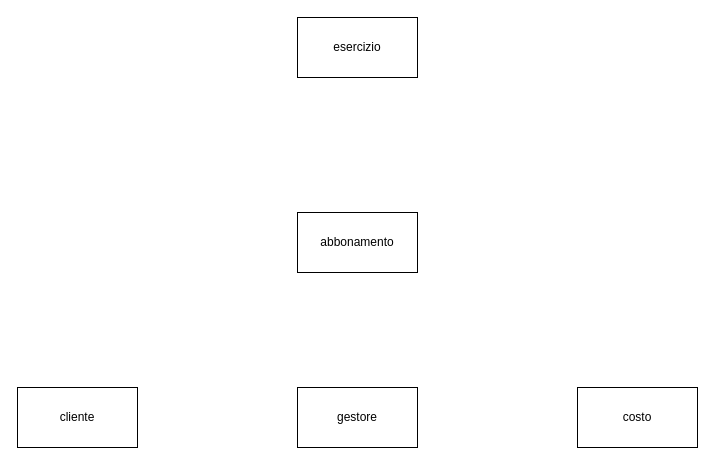
CrisafulliPasquale/crisaFit keeps this draw.io diagram as er.drawio. Above is the earlier version. Source tidied: cells renumbered, new cells numbered last; positions are measured from the earlier drawing's top-left corner, leaving out a move shared by most shapes. Both pictures are drawn from the tidied source at 100%, with x=0, y=0 at pixel (17, 17).
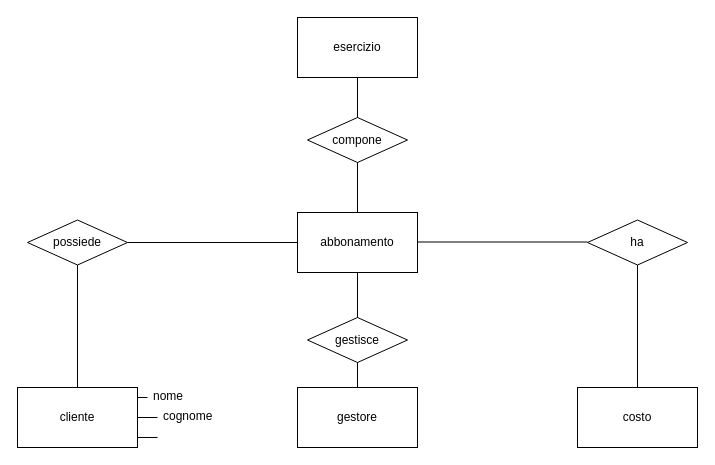
The same page after the edit.

The change refers to these unchanged cells:
```xml
<mxCell id="2" style="rounded=0;whiteSpace=wrap;html=1;fontFamily=Verdana;" parent="1" vertex="1">
  <mxGeometry x="280" y="195" width="120" height="60" as="geometry" />
</mxCell>
<mxCell id="4" style="rounded=0;whiteSpace=wrap;html=1;fontFamily=Verdana;" parent="1" vertex="1">
  <mxGeometry x="280" width="120" height="60" as="geometry" />
</mxCell>
<mxCell id="6" style="rounded=0;whiteSpace=wrap;html=1;fontFamily=Verdana;" parent="1" vertex="1">
  <mxGeometry x="280" y="370" width="120" height="60" as="geometry" />
</mxCell>
<mxCell id="10" style="rounded=0;whiteSpace=wrap;html=1;" parent="1" vertex="1">
  <mxGeometry x="560" y="370" width="120" height="60" as="geometry" />
</mxCell>
```

Diff of the diagram source:
```diff
@@
+    <mxCell id="12" style="rhombus;whiteSpace=wrap;html=1;" parent="1" vertex="1">
+      <mxGeometry x="10" y="202.5" width="100" height="45" as="geometry" />
+    </mxCell>
+    <mxCell id="13" style="rhombus;whiteSpace=wrap;html=1;" parent="1" vertex="1">
+      <mxGeometry x="570" y="202.5" width="100" height="45" as="geometry" />
+    </mxCell>
+    <mxCell id="14" style="rhombus;whiteSpace=wrap;html=1;" parent="1" vertex="1">
+      <mxGeometry x="290" y="100" width="100" height="45" as="geometry" />
+    </mxCell>
+    <mxCell id="15" style="rhombus;whiteSpace=wrap;html=1;" parent="1" vertex="1">
+      <mxGeometry x="290" y="300" width="100" height="45" as="geometry" />
+    </mxCell>
+    <mxCell id="16" style="endArrow=none;html=1;rounded=0;exitX=0.5;exitY=0;exitDx=0;exitDy=0;entryX=0.5;entryY=1;entryDx=0;entryDy=0;" parent="1" edge="1">
+      <mxGeometry relative="1" as="geometry">
+        <mxPoint x="60" y="370" as="sourcePoint" />
+        <mxPoint x="60" y="247.5" as="targetPoint" />
+      </mxGeometry>
+    </mxCell>
+    <mxCell id="17" style="endArrow=none;html=1;rounded=0;exitX=0.5;exitY=1;exitDx=0;exitDy=0;entryX=0.5;entryY=0;entryDx=0;entryDy=0;" parent="1" edge="1" source="14" target="2">
+      <mxGeometry relative="1" as="geometry" />
+    </mxCell>
+    <mxCell id="18" style="endArrow=none;html=1;rounded=0;exitX=1;exitY=0.5;exitDx=0;exitDy=0;entryX=0;entryY=0.5;entryDx=0;entryDy=0;" parent="1" edge="1" source="12" target="2">
+      <mxGeometry relative="1" as="geometry" />
+    </mxCell>
+    <mxCell id="19" style="endArrow=none;html=1;rounded=0;exitX=1;exitY=0.5;exitDx=0;exitDy=0;entryX=0;entryY=0.5;entryDx=0;entryDy=0;" parent="1" edge="1">
+      <mxGeometry relative="1" as="geometry">
+        <mxPoint x="400" y="224.5" as="sourcePoint" />
+        <mxPoint x="570" y="224.5" as="targetPoint" />
+      </mxGeometry>
+    </mxCell>
+    <mxCell id="20" style="endArrow=none;html=1;rounded=0;exitX=0.5;exitY=0;exitDx=0;exitDy=0;entryX=0.5;entryY=1;entryDx=0;entryDy=0;" parent="1" edge="1" source="6" target="15">
+      <mxGeometry relative="1" as="geometry" />
+    </mxCell>
+    <mxCell id="21" style="endArrow=none;html=1;rounded=0;entryX=0.5;entryY=1;entryDx=0;entryDy=0;exitX=0.5;exitY=0;exitDx=0;exitDy=0;" parent="1" edge="1" source="15" target="2">
+      <mxGeometry relative="1" as="geometry" />
+    </mxCell>
+    <mxCell id="22" style="endArrow=none;html=1;rounded=0;entryX=0.5;entryY=1;entryDx=0;entryDy=0;exitX=0.5;exitY=0;exitDx=0;exitDy=0;" parent="1" edge="1" source="10" target="13">
+      <mxGeometry relative="1" as="geometry" />
+    </mxCell>
+    <mxCell id="23" style="endArrow=none;html=1;rounded=0;entryX=0.5;entryY=1;entryDx=0;entryDy=0;exitX=0.5;exitY=0;exitDx=0;exitDy=0;" parent="1" edge="1" source="14" target="4">
+      <mxGeometry relative="1" as="geometry" />
+    </mxCell>
+    <mxCell id="24" value="possiede" style="text;strokeColor=none;align=center;fillColor=none;html=1;verticalAlign=middle;whiteSpace=wrap;rounded=0;" parent="1" vertex="1">
+      <mxGeometry x="30" y="210" width="60" height="30" as="geometry" />
+    </mxCell>
+    <mxCell id="25" value="gestisce" style="text;strokeColor=none;align=center;fillColor=none;html=1;verticalAlign=middle;whiteSpace=wrap;rounded=0;" parent="1" vertex="1">
+      <mxGeometry x="310" y="307.5" width="60" height="30" as="geometry" />
+    </mxCell>
+    <mxCell id="26" value="ha" style="text;strokeColor=none;align=center;fillColor=none;html=1;verticalAlign=middle;whiteSpace=wrap;rounded=0;" parent="1" vertex="1">
+      <mxGeometry x="590" y="210" width="60" height="30" as="geometry" />
+    </mxCell>
+    <mxCell id="27" value="compone" style="text;strokeColor=none;align=center;fillColor=none;html=1;verticalAlign=middle;whiteSpace=wrap;rounded=0;" parent="1" vertex="1">
+      <mxGeometry x="310" y="107.5" width="60" height="30" as="geometry" />
+    </mxCell>
+    <mxCell id="28" style="line;strokeWidth=1;dashed=0;labelPosition=right;align=left;verticalAlign=middle;spacingTop=0;spacingLeft=6;" parent="1" vertex="1">
+      <mxGeometry x="120" y="375" width="10" height="10" as="geometry" />
+    </mxCell>
+    <mxCell id="29" style="line;strokeWidth=1;dashed=0;labelPosition=right;align=left;verticalAlign=middle;spacingTop=0;spacingLeft=6;" parent="1" vertex="1">
+      <mxGeometry x="120" y="395" width="20" height="10" as="geometry" />
+    </mxCell>
+    <mxCell id="30" style="line;strokeWidth=1;dashed=0;labelPosition=right;align=left;verticalAlign=middle;spacingTop=0;spacingLeft=6;" parent="1" vertex="1">
+      <mxGeometry x="120" y="415" width="20" height="10" as="geometry" />
+    </mxCell>
+    <mxCell id="31" value="nome&lt;br&gt;" style="text;strokeColor=none;fillColor=none;spacingLeft=4;spacingRight=4;overflow=hidden;fontSize=12;whiteSpace=wrap;html=1;" parent="1" vertex="1">
+      <mxGeometry x="130" y="365" width="40" height="30" as="geometry" />
+    </mxCell>
+    <mxCell id="32" value="cognome" style="text;strokeColor=none;fillColor=none;spacingLeft=4;spacingRight=4;overflow=hidden;fontSize=12;whiteSpace=wrap;html=1;" parent="1" vertex="1">
+      <mxGeometry x="140" y="385" width="60" height="30" as="geometry" />
+    </mxCell>
```
